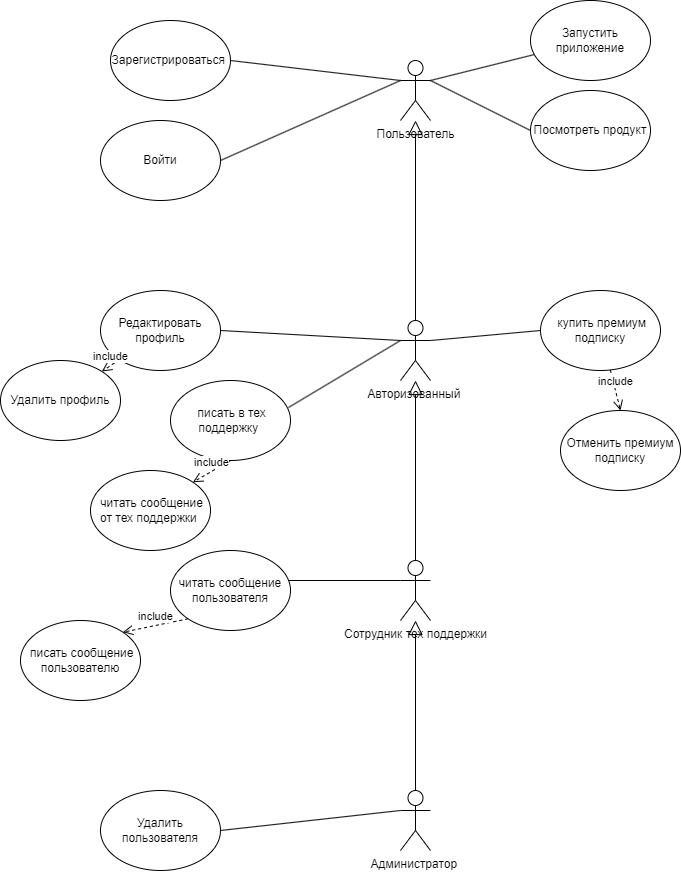
Earlier version of the draw.io export Use_case_scheme.drawio.png (LOL1322/channel_demo). Source tidied: cells renumbered, new cells last; positions are measured from the earlier drawing's top-left corner, leaving out a move shared by most shapes.
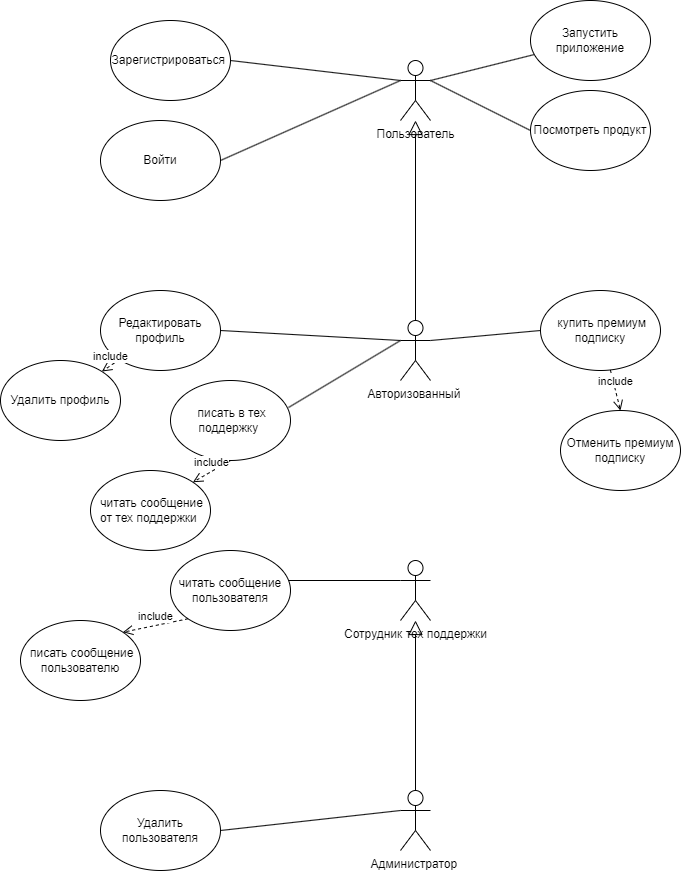
After the commit.

The edit, as a diff of the source:
```diff
@@ -43,9 +43,6 @@
     <mxCell id="14" style="endArrow=block;dashed=0;endFill=0;endSize=12;html=1;rounded=0;exitX=0.5;exitY=0;exitDx=0;exitDy=0;exitPerimeter=0;" parent="1" edge="1" source="3" target="2">
       <mxGeometry relative="1" as="geometry" />
     </mxCell>
-    <mxCell id="15" style="endArrow=block;dashed=0;endFill=0;endSize=12;html=1;rounded=0;exitX=0.5;exitY=0;exitDx=0;exitDy=0;exitPerimeter=0;" parent="1" edge="1" source="4" target="3">
-      <mxGeometry relative="1" as="geometry" />
-    </mxCell>
     <mxCell id="16" value="Редактировать профиль" style="ellipse;whiteSpace=wrap;html=1;" parent="1" vertex="1">
       <mxGeometry x="100" y="290" width="120" height="80" as="geometry" />
     </mxCell>
```
